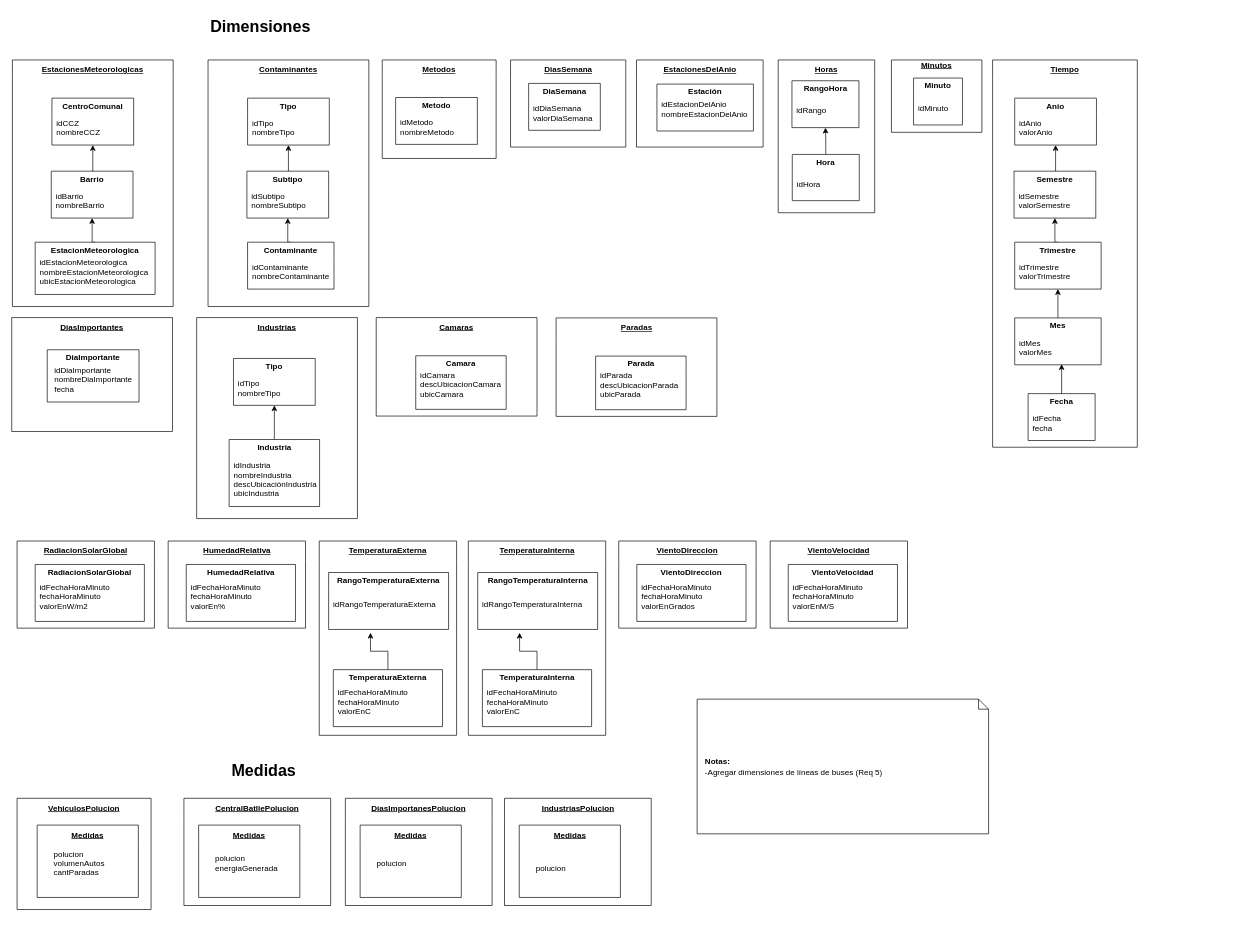
The draw.io diagram 2. Diseño conceptual/Dimensiones y Medidas.drawio in gonzalomelov/dw-calidad-aire-docs, before the edit. Source tidied: cells renumbered, new cells numbered last; positions are measured from the earlier drawing's top-left corner, leaving out a move shared by most shapes. Both pictures are drawn from the tidied source at 67%, with x=0, y=0 at pixel (11, 11).
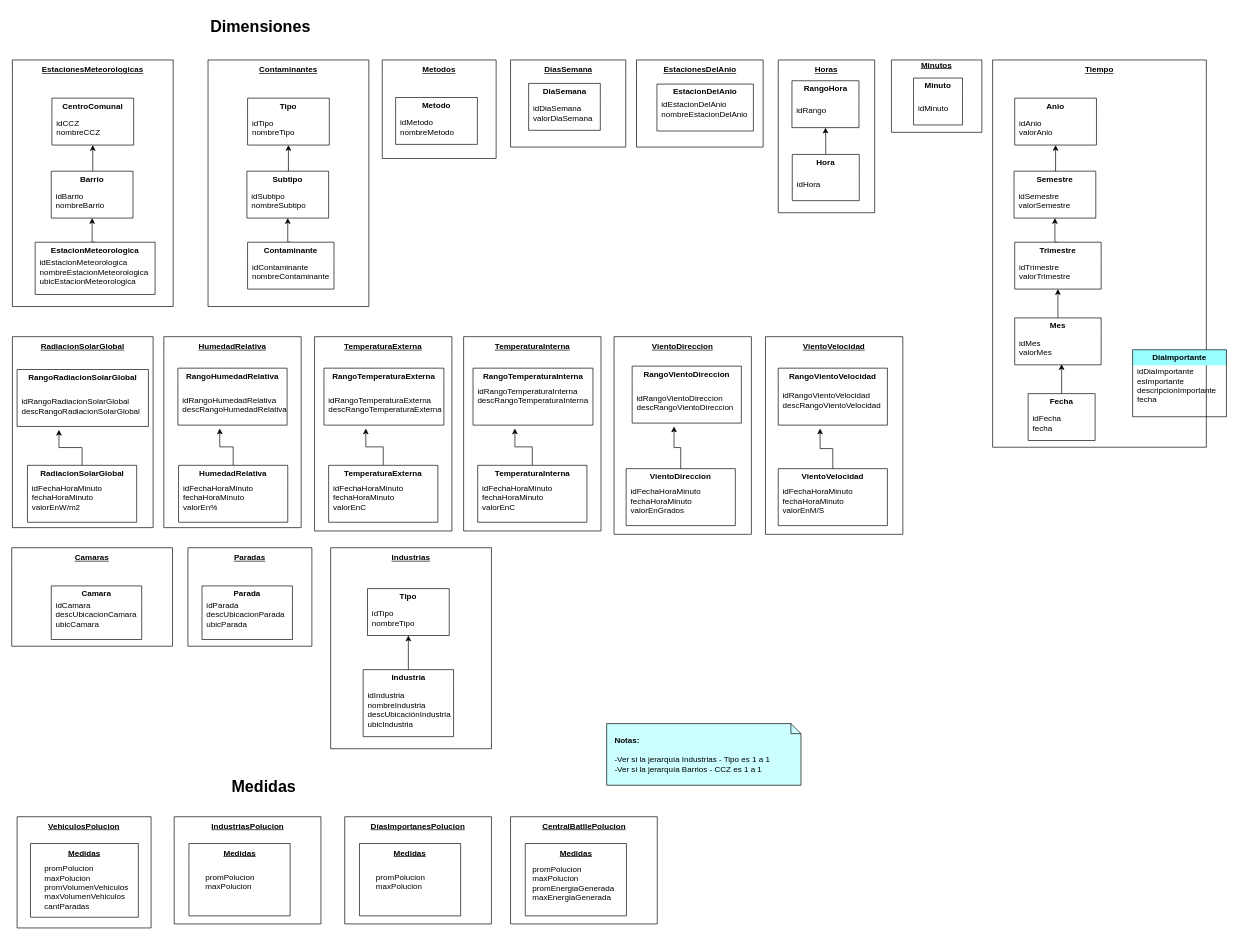
The same diagram, later.

Unchanged cells that the change refers to:
```xml
<mxCell id="45" value="Medidas" style="swimlane;swimlaneLine=0;whiteSpace=wrap;startSize=29;fontStyle=5;" parent="44" vertex="1">
  <mxGeometry x="22" y="40" width="151" height="108" as="geometry" />
</mxCell>
<mxCell id="61" value="Medidas" style="swimlane;swimlaneLine=0;whiteSpace=wrap;startSize=29;fontStyle=5;" parent="60" vertex="1">
  <mxGeometry x="22" y="40" width="151" height="108" as="geometry" />
</mxCell>
<mxCell id="64" value="Medidas" style="swimlane;swimlaneLine=0;whiteSpace=wrap;startSize=29;fontStyle=5;" parent="63" vertex="1">
  <mxGeometry x="22" y="40" width="151" height="108" as="geometry" />
</mxCell>
<mxCell id="90" value="RangoTemperaturaExterna" style="swimlane;swimlaneLine=0;whiteSpace=wrap;" parent="86" vertex="1">
  <mxGeometry x="14" y="47" width="179" height="85" as="geometry" />
</mxCell>
<mxCell id="102" value="RangoTemperaturaInterna" style="swimlane;swimlaneLine=0;whiteSpace=wrap;" parent="98" vertex="1">
  <mxGeometry x="14" y="47" width="179" height="85" as="geometry" />
</mxCell>
```

Change to the diagram source:
```diff
@@
     <mxCell id="13" value="Medidas" style="text;align=center;verticalAlign=middle;fontFamily=Helvetica;fontSize=24;fontStyle=1;" parent="1" vertex="1">
-      <mxGeometry x="299" y="1110" width="155" height="40" as="geometry" />
+      <mxGeometry x="299" y="1134.5" width="155" height="40" as="geometry" />
     </mxCell>
     <mxCell id="14" value="VehiculosPolucion" style="swimlane;swimlaneLine=0;whiteSpace=wrap;startSize=29;fontStyle=5;" parent="1" vertex="1">
-      <mxGeometry x="8" y="1174" width="200" height="166" as="geometry" />
+      <mxGeometry x="8" y="1201.5" width="200" height="166" as="geometry" />
     </mxCell>
     <mxCell id="15" value="Medidas" style="swimlane;swimlaneLine=0;whiteSpace=wrap;startSize=29;fontStyle=5;" parent="14" vertex="1">
-      <mxGeometry x="30" y="40" width="151" height="108" as="geometry" />
+      <mxGeometry x="20" y="40" width="161" height="110" as="geometry" />
     </mxCell>
-    <mxCell id="16" value="polucion&#10;volumenAutos&#10;cantParadas&#10;" style="text;align=left;verticalAlign=middle;" parent="15" vertex="1">
-      <mxGeometry x="23" y="27.4" width="155" height="72.6" as="geometry" />
+    <mxCell id="16" value="promPolucion&#10;maxPolucion&#10;promVolumenVehiculos&#10;maxVolumenVehiculos&#10;cantParadas&#10;" style="text;align=left;verticalAlign=middle;" parent="15" vertex="1">
+      <mxGeometry x="19" y="35.4" width="155" height="72.6" as="geometry" />
     </mxCell>
@@
     <mxCell id="26" value="Camaras" style="swimlane;swimlaneLine=0;whiteSpace=wrap;startSize=29;fontStyle=5;align=center;" parent="1" vertex="1">
-      <mxGeometry x="544" y="456.5" width="240" height="147" as="geometry" />
+      <mxGeometry y="800" width="240" height="147" as="geometry" />
     </mxCell>
@@
     <mxCell id="29" value="Tiempo" style="swimlane;swimlaneLine=0;whiteSpace=wrap;startSize=29;fontStyle=5;align=center;" parent="1" vertex="1">
-      <mxGeometry x="1464" y="72" width="216" height="578" as="geometry" />
+      <mxGeometry x="1464" y="72" width="319" height="578" as="geometry" />
     </mxCell>
@@
     <mxCell id="44" value="CentralBatllePolucion" style="swimlane;swimlaneLine=0;whiteSpace=wrap;startSize=29;fontStyle=5;" parent="1" vertex="1">
-      <mxGeometry x="257" y="1174" width="219" height="160" as="geometry" />
+      <mxGeometry x="744.5" y="1201.5" width="219" height="160" as="geometry" />
     </mxCell>
@@
-    <mxCell id="46" value="polucion&#10;energiaGenerada&#10;" style="text;align=left;verticalAlign=middle;" parent="45" vertex="1">
-      <mxGeometry x="23" y="27.4" width="155" height="72.6" as="geometry" />
+    <mxCell id="46" value="promPolucion&#10;maxPolucion&#10;promEnergiaGenerada&#10;maxEnergiaGenerada&#10;" style="text;align=left;verticalAlign=middle;" parent="45" vertex="1">
+      <mxGeometry x="9" y="29.4" width="155" height="72.6" as="geometry" />
     </mxCell>
@@
-    <mxCell id="50" value="DiasImportantes" style="swimlane;swimlaneLine=0;whiteSpace=wrap;startSize=29;fontStyle=5;align=center;" parent="1" vertex="1">
-      <mxGeometry y="456.5" width="240" height="170" as="geometry" />
-    </mxCell>
-    <mxCell id="51" value="DiaImportante" style="swimlane;swimlaneLine=0;whiteSpace=wrap;startSize=23;" parent="50" vertex="1">
-      <mxGeometry x="53" y="48" width="137" height="78" as="geometry" />
-    </mxCell>
-    <mxCell id="52" value="idDiaImportante&#10;nombreDiaImportante&#10;fecha&#10;&#10;" style="text;align=left;verticalAlign=middle;" parent="51" vertex="1">
-      <mxGeometry x="9" y="33" width="130" height="50" as="geometry" />
-    </mxCell>
     <mxCell id="53" value="Industrias" style="swimlane;swimlaneLine=0;whiteSpace=wrap;startSize=29;fontStyle=5;align=center;" parent="1" vertex="1">
-      <mxGeometry x="276" y="456.5" width="240" height="300" as="geometry" />
+      <mxGeometry x="476" y="800" width="240" height="300" as="geometry" />
     </mxCell>
@@
-    <mxCell id="59" value="&lt;div&gt;&lt;b&gt;Notas:&amp;nbsp;&lt;/b&gt;&lt;/div&gt;-Agregar dimensiones de líneas de buses (Req 5)&lt;br&gt;" style="shape=note;size=15;align=left;spacingLeft=10;html=1;whiteSpace=wrap;" parent="1" vertex="1">
-      <mxGeometry x="1023" y="1026" width="435" height="201" as="geometry" />
+    <mxCell id="59" value="&lt;div&gt;&lt;b&gt;Notas:&amp;nbsp;&lt;/b&gt;&lt;/div&gt;&lt;br&gt;-Ver si la jerarquía Industrias - Tipo es 1 a 1&lt;br&gt;-Ver si la jerarquía Barrios - CCZ es 1 a 1&lt;br&gt;" style="shape=note;size=15;align=left;spacingLeft=10;html=1;whiteSpace=wrap;fillColor=#CCFFFF;" parent="1" vertex="1">
+      <mxGeometry x="888" y="1062.5" width="290" height="92" as="geometry" />
     </mxCell>
     <mxCell id="60" value="DíasImportanesPolucion" style="swimlane;swimlaneLine=0;whiteSpace=wrap;startSize=29;fontStyle=5;" parent="1" vertex="1">
-      <mxGeometry x="498" y="1174" width="219" height="160" as="geometry" />
+      <mxGeometry x="497" y="1201.5" width="219" height="160" as="geometry" />
     </mxCell>
@@
-    <mxCell id="62" value="polucion&#10;" style="text;align=left;verticalAlign=middle;" parent="61" vertex="1">
+    <mxCell id="62" value="promPolucion&#10;maxPolucion&#10;" style="text;align=left;verticalAlign=middle;" parent="61" vertex="1">
       <mxGeometry x="23" y="27.4" width="155" height="72.6" as="geometry" />
     </mxCell>
     <mxCell id="63" value="IndustriasPolucion" style="swimlane;swimlaneLine=0;whiteSpace=wrap;startSize=29;fontStyle=5;" parent="1" vertex="1">
-      <mxGeometry x="735.5" y="1174" width="219" height="160" as="geometry" />
+      <mxGeometry x="242.5" y="1201.5" width="219" height="160" as="geometry" />
     </mxCell>
@@
-    <mxCell id="65" value="polucion" style="text;align=left;verticalAlign=middle;" parent="64" vertex="1">
+    <mxCell id="65" value="promPolucion&#10;maxPolucion&#10;" style="text;align=left;verticalAlign=middle;" parent="64" vertex="1">
       <mxGeometry x="23" y="27.4" width="155" height="72.6" as="geometry" />
     </mxCell>
-    <mxCell id="66" value="Estación" style="swimlane;swimlaneLine=0;whiteSpace=wrap;" parent="1" vertex="1">
+    <mxCell id="66" value="EstacionDelAnio" style="swimlane;swimlaneLine=0;whiteSpace=wrap;" parent="1" vertex="1">
       <mxGeometry x="963" y="108" width="144" height="70" as="geometry" />
     </mxCell>
@@
     <mxCell id="80" value="RadiacionSolarGlobal" style="swimlane;swimlaneLine=0;whiteSpace=wrap;startSize=29;fontStyle=5;align=center;" parent="1" vertex="1">
-      <mxGeometry x="8" y="790" width="205" height="130" as="geometry" />
+      <mxGeometry x="1" y="485" width="210" height="285" as="geometry" />
     </mxCell>
     <mxCell id="81" value="RadiacionSolarGlobal" style="swimlane;swimlaneLine=0;whiteSpace=wrap;" parent="80" vertex="1">
-      <mxGeometry x="27" y="35" width="163" height="85" as="geometry" />
+      <mxGeometry x="22.5" y="192" width="163" height="85" as="geometry" />
     </mxCell>
@@
+    <mxCell id="107" value="RangoRadiacionSolarGlobal" style="swimlane;swimlaneLine=0;whiteSpace=wrap;" parent="80" vertex="1">
+      <mxGeometry x="7" y="49" width="196" height="85" as="geometry" />
+    </mxCell>
+    <mxCell id="108" value="idRangoRadiacionSolarGlobal&#10;descRangoRadiacionSolarGlobal" style="text;align=left;verticalAlign=middle;" parent="107" vertex="1">
+      <mxGeometry x="5" y="19" width="115" height="71" as="geometry" />
+    </mxCell>
+    <mxCell id="109" style="edgeStyle=orthogonalEdgeStyle;rounded=0;html=1;entryX=0.5;entryY=1;jettySize=auto;exitX=0.5;exitY=0;" parent="80" edge="1" source="81" target="108">
+      <mxGeometry relative="1" as="geometry" />
+    </mxCell>
     <mxCell id="83" value="HumedadRelativa" style="swimlane;swimlaneLine=0;whiteSpace=wrap;startSize=29;fontStyle=5;align=center;" parent="1" vertex="1">
-      <mxGeometry x="233.5" y="790" width="205" height="130" as="geometry" />
+      <mxGeometry x="227" y="485" width="205" height="285" as="geometry" />
     </mxCell>
     <mxCell id="84" value="HumedadRelativa" style="swimlane;swimlaneLine=0;whiteSpace=wrap;" parent="83" vertex="1">
-      <mxGeometry x="27" y="35" width="163" height="85" as="geometry" />
+      <mxGeometry x="22" y="192" width="163" height="85" as="geometry" />
     </mxCell>
@@
+    <mxCell id="110" value="RangoHumedadRelativa" style="swimlane;swimlaneLine=0;whiteSpace=wrap;" parent="83" vertex="1">
+      <mxGeometry x="21" y="47" width="163" height="85" as="geometry" />
+    </mxCell>
+    <mxCell id="111" value="idRangoHumedadRelativa&#10;descRangoHumedadRelativa" style="text;align=left;verticalAlign=middle;" parent="110" vertex="1">
+      <mxGeometry x="5" y="19" width="115" height="71" as="geometry" />
+    </mxCell>
+    <mxCell id="112" style="edgeStyle=orthogonalEdgeStyle;rounded=0;html=1;entryX=0.5;entryY=1;jettySize=auto;exitX=0.5;exitY=0;" parent="83" edge="1" source="84" target="111">
+      <mxGeometry relative="1" as="geometry" />
+    </mxCell>
     <mxCell id="86" value="TemperaturaExterna" style="swimlane;swimlaneLine=0;whiteSpace=wrap;startSize=29;fontStyle=5;align=center;" parent="1" vertex="1">
-      <mxGeometry x="459" y="790" width="205" height="290" as="geometry" />
+      <mxGeometry x="452" y="485" width="205" height="290" as="geometry" />
     </mxCell>
@@
-    <mxCell id="91" value="idRangoTemperaturaExterna&#10;" style="text;align=left;verticalAlign=middle;" parent="90" vertex="1">
+    <mxCell id="91" value="idRangoTemperaturaExterna&#10;descRangoTemperaturaExterna" style="text;align=left;verticalAlign=middle;" parent="90" vertex="1">
       <mxGeometry x="5" y="19" width="115" height="71" as="geometry" />
     </mxCell>
     <mxCell id="92" value="VientoDireccion" style="swimlane;swimlaneLine=0;whiteSpace=wrap;startSize=29;fontStyle=5;align=center;" parent="1" vertex="1">
-      <mxGeometry x="906" y="790" width="205" height="130" as="geometry" />
+      <mxGeometry x="899" y="485" width="205" height="295" as="geometry" />
     </mxCell>
-    <mxCell id="93" value="VientoDireccion" style="swimlane;swimlaneLine=0;whiteSpace=wrap;" parent="92" vertex="1">
-      <mxGeometry x="27" y="35" width="163" height="85" as="geometry" />
+    <mxCell id="93" value="RangoVientoDireccion" style="swimlane;swimlaneLine=0;whiteSpace=wrap;" parent="92" vertex="1">
+      <mxGeometry x="27" y="44" width="163" height="85" as="geometry" />
     </mxCell>
-    <mxCell id="94" value="idFechaHoraMinuto&#10;fechaHoraMinuto&#10;valorEnGrados&#10;" style="text;align=left;verticalAlign=middle;" parent="93" vertex="1">
+    <mxCell id="94" value="idRangoVientoDireccion&#10;descRangoVientoDireccion" style="text;align=left;verticalAlign=middle;" parent="93" vertex="1">
       <mxGeometry x="5" y="19" width="115" height="71" as="geometry" />
     </mxCell>
+    <mxCell id="113" value="VientoDireccion" style="swimlane;swimlaneLine=0;whiteSpace=wrap;" parent="92" vertex="1">
+      <mxGeometry x="18" y="197" width="163" height="85" as="geometry" />
+    </mxCell>
+    <mxCell id="114" value="idFechaHoraMinuto&#10;fechaHoraMinuto&#10;valorEnGrados&#10;" style="text;align=left;verticalAlign=middle;" parent="113" vertex="1">
+      <mxGeometry x="5" y="19" width="115" height="71" as="geometry" />
+    </mxCell>
+    <mxCell id="115" style="edgeStyle=orthogonalEdgeStyle;rounded=0;html=1;entryX=0.5;entryY=1;jettySize=auto;exitX=0.5;exitY=0;" parent="92" edge="1" source="113" target="94">
+      <mxGeometry relative="1" as="geometry" />
+    </mxCell>
     <mxCell id="95" value="VientoVelocidad" style="swimlane;swimlaneLine=0;whiteSpace=wrap;startSize=29;fontStyle=5;align=center;" parent="1" vertex="1">
-      <mxGeometry x="1132" y="790" width="205" height="130" as="geometry" />
+      <mxGeometry x="1125" y="485" width="205" height="295" as="geometry" />
     </mxCell>
     <mxCell id="96" value="VientoVelocidad" style="swimlane;swimlaneLine=0;whiteSpace=wrap;" parent="95" vertex="1">
-      <mxGeometry x="27" y="35" width="163" height="85" as="geometry" />
+      <mxGeometry x="19" y="197" width="163" height="85" as="geometry" />
     </mxCell>
@@
+    <mxCell id="116" value="RangoVientoVelocidad" style="swimlane;swimlaneLine=0;whiteSpace=wrap;" parent="95" vertex="1">
+      <mxGeometry x="19" y="47" width="163" height="85" as="geometry" />
+    </mxCell>
+    <mxCell id="117" value="idRangoVientoVelocidad&#10;descRangoVientoVelocidad&#10;" style="text;align=left;verticalAlign=middle;" parent="116" vertex="1">
+      <mxGeometry x="5" y="19" width="115" height="71" as="geometry" />
+    </mxCell>
+    <mxCell id="118" style="edgeStyle=orthogonalEdgeStyle;rounded=0;html=1;entryX=0.5;entryY=1;jettySize=auto;exitX=0.5;exitY=0;" parent="95" edge="1" source="96" target="117">
+      <mxGeometry relative="1" as="geometry" />
+    </mxCell>
     <mxCell id="98" value="TemperaturaInterna" style="swimlane;swimlaneLine=0;whiteSpace=wrap;startSize=29;fontStyle=5;align=center;" parent="1" vertex="1">
-      <mxGeometry x="681.5" y="790" width="205" height="290" as="geometry" />
+      <mxGeometry x="674.5" y="485" width="205" height="290" as="geometry" />
     </mxCell>
@@
-    <mxCell id="103" value="idRangoTemperaturaInterna&#10;" style="text;align=left;verticalAlign=middle;" parent="102" vertex="1">
+    <mxCell id="103" value="idRangoTemperaturaInterna&#10;descRangoTemperaturaInterna&#10;&#10;" style="text;align=left;verticalAlign=middle;" parent="102" vertex="1">
       <mxGeometry x="5" y="19" width="115" height="71" as="geometry" />
     </mxCell>
     <mxCell id="104" value="Paradas" style="swimlane;swimlaneLine=0;whiteSpace=wrap;startSize=29;fontStyle=5;align=center;" parent="1" vertex="1">
-      <mxGeometry x="812.5" y="457" width="240" height="147" as="geometry" />
+      <mxGeometry x="263" y="800" width="185" height="147" as="geometry" />
     </mxCell>
     <mxCell id="105" value="Parada" style="swimlane;swimlaneLine=0;whiteSpace=wrap;" parent="104" vertex="1">
-      <mxGeometry x="59" y="57" width="135" height="80" as="geometry" />
+      <mxGeometry x="21" y="57" width="135" height="80" as="geometry" />
     </mxCell>
@@
+    <mxCell id="51" value="DiaImportante" style="swimlane;swimlaneLine=0;whiteSpace=wrap;fillColor=#99FFFF;" parent="1" vertex="1">
+      <mxGeometry x="1673" y="504.5" width="140" height="100" as="geometry" />
+    </mxCell>
+    <mxCell id="119" value="idDiaImportante&#10;esImportante&#10;descripcionImportante&#10;fecha&#10;" style="text;align=left;verticalAlign=middle;" parent="51" vertex="1">
+      <mxGeometry x="5" y="20" width="135" height="80" as="geometry" />
+    </mxCell>
```
